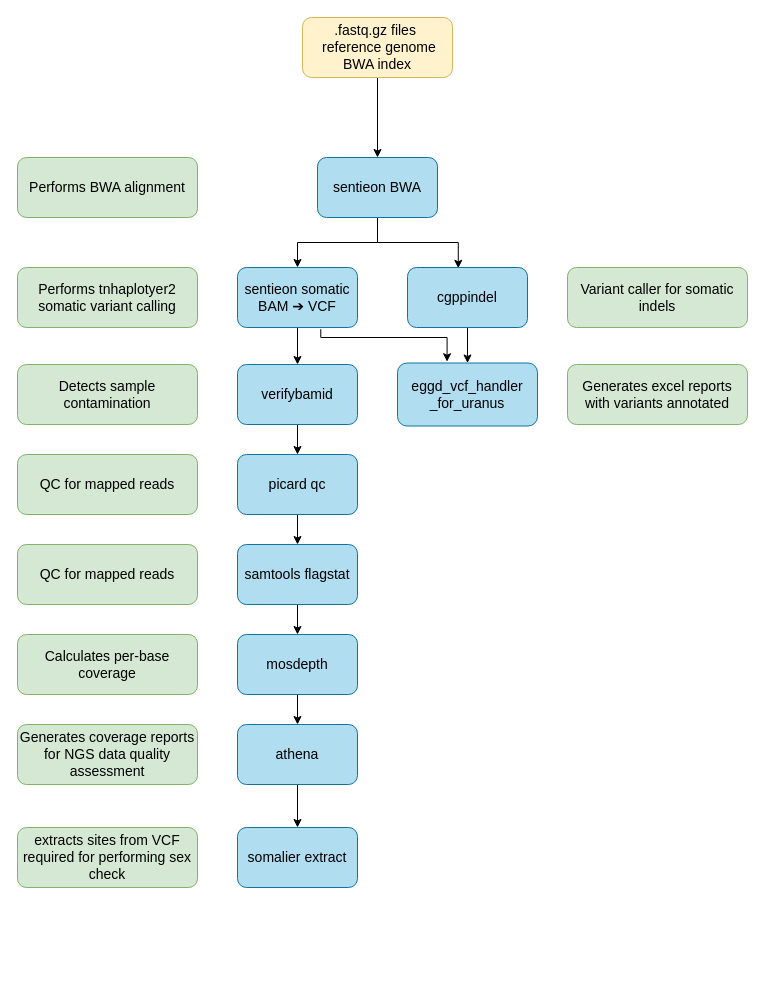
The draw.io diagram images/workflow.drawio in eastgenomics/eggd_uranus_main_workflow, before the edit. Source tidied: cells renumbered, new cells numbered last; positions are measured from the earlier drawing's top-left corner, leaving out a move shared by most shapes. Both pictures are drawn from the tidied source at 100%, with x=0, y=0 at pixel (17, 17).
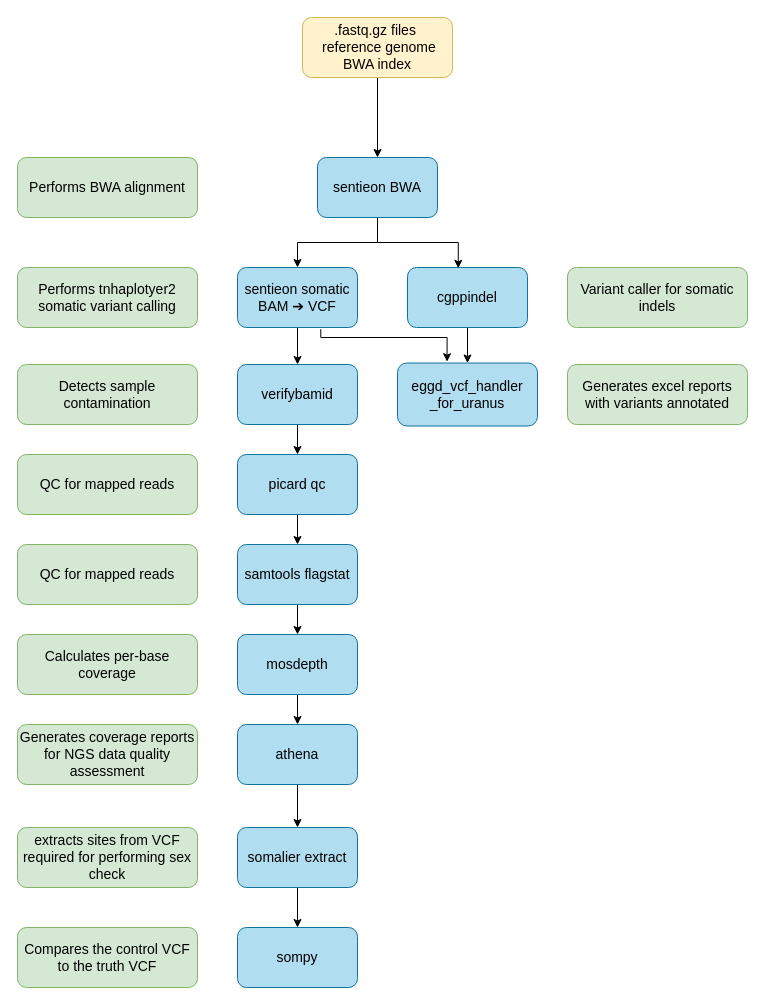
The same page after the edit.

Commit message (it also covers changes not shown here):
update workflow diagram

Unchanged cells that the change refers to:
```xml
<mxCell id="32" value="&lt;font color=&quot;#000000&quot; style=&quot;font-size: 14px&quot;&gt;somalier extract&lt;/font&gt;" style="rounded=1;whiteSpace=wrap;html=1;fillColor=#b1ddf0;strokeColor=#10739e;fontSize=14;" parent="1" vertex="1">
  <mxGeometry x="220" y="810" width="120" height="60" as="geometry" />
</mxCell>
```

Diff of the diagram source:
```diff
@@
+    <mxCell id="34" style="edgeStyle=none;html=1;" parent="1" edge="1" source="32" target="35">
+      <mxGeometry relative="1" as="geometry" />
+    </mxCell>
@@
+    <mxCell id="35" value="&lt;font color=&quot;#000000&quot; style=&quot;font-size: 14px&quot;&gt;sompy&lt;/font&gt;" style="rounded=1;whiteSpace=wrap;html=1;fillColor=#b1ddf0;strokeColor=#10739e;fontSize=14;" parent="1" vertex="1">
+      <mxGeometry x="220" y="910" width="120" height="60" as="geometry" />
+    </mxCell>
+    <mxCell id="36" value="&lt;font color=&quot;#000000&quot; style=&quot;font-size: 14px&quot;&gt;Compares the control VCF to the truth VCF&lt;/font&gt;" style="rounded=1;whiteSpace=wrap;html=1;fillColor=#d5e8d4;strokeColor=#82b366;fontSize=14;" parent="1" vertex="1">
+      <mxGeometry y="910" width="180" height="60" as="geometry" />
+    </mxCell>
```
